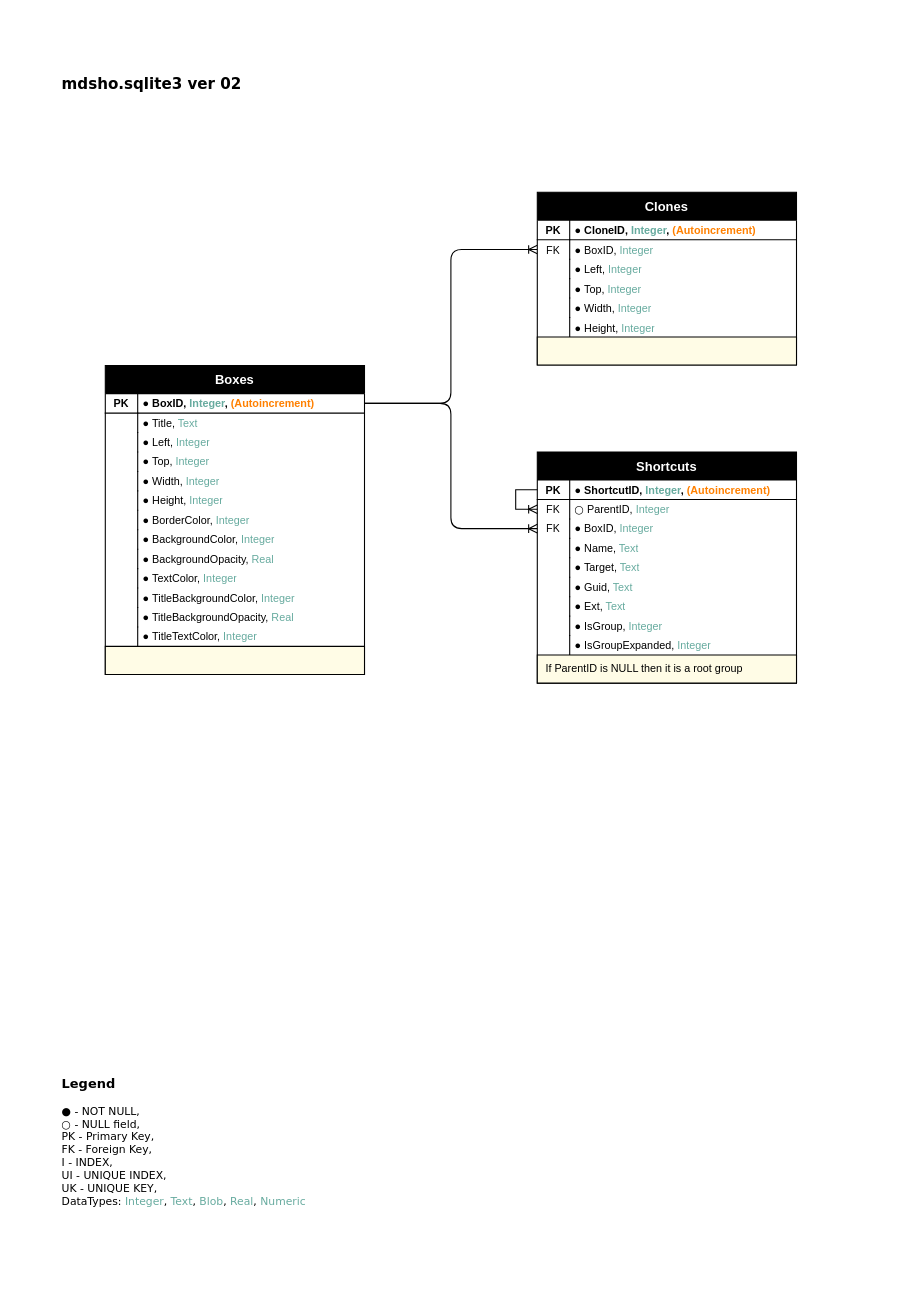
Earlier version of the draw.io diagram Database/mdsho.sqlite3.drawio (ervingegprifti/MDSHO_FREE). Source tidied: cells renumbered, new cells numbered last; positions are measured from the earlier drawing's top-left corner, leaving out a move shared by most shapes. Both pictures are drawn from the tidied source at 108%, with x=0, y=0 at pixel (18, 18).
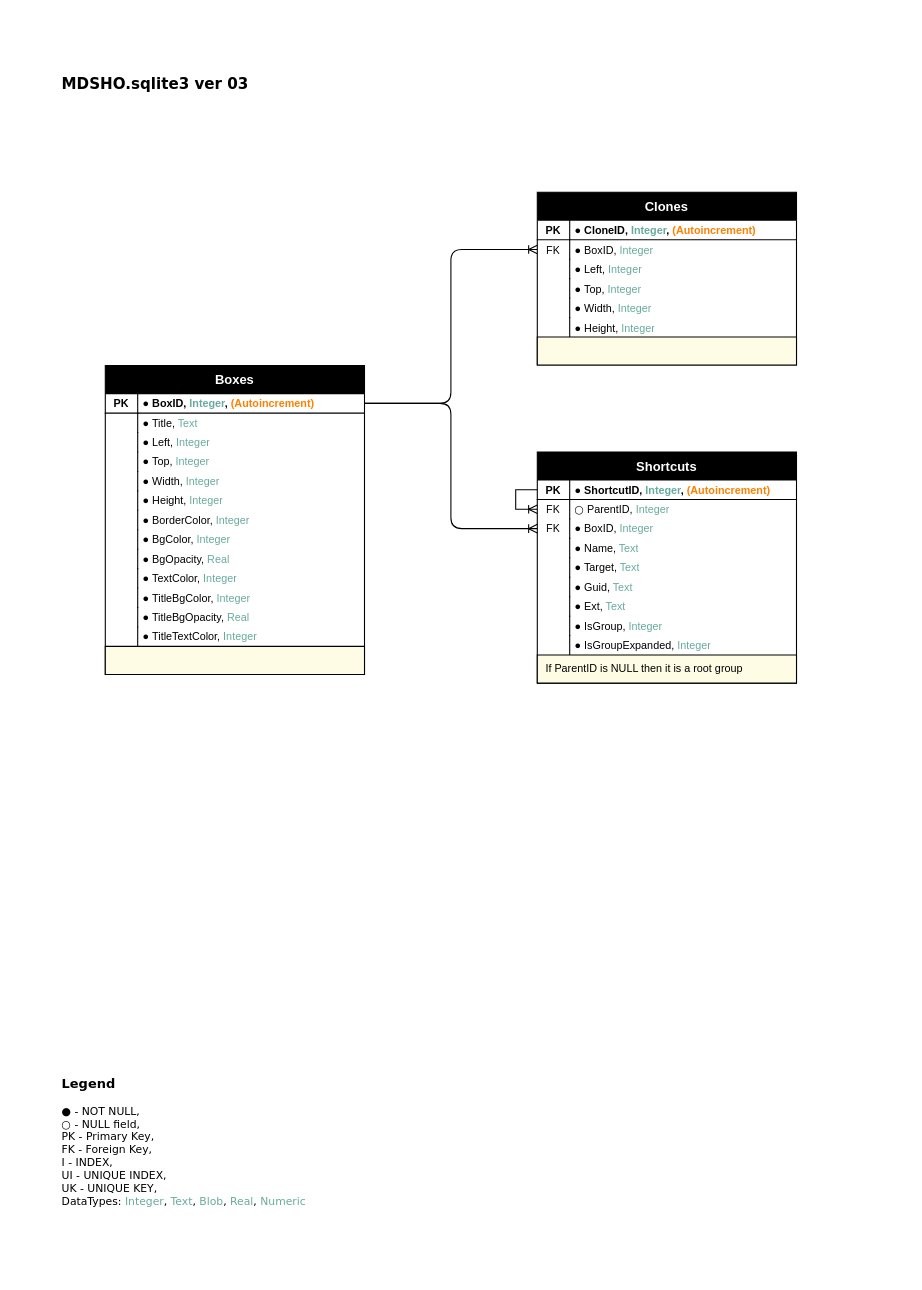
Above is the later version.

The change refers to these unchanged cells:
```xml
<mxCell id="5" value="Boxes" style="swimlane;fontStyle=1;horizontal=1;startSize=26;fillColor=#000000;swimlaneFillColor=#ffffff;align=center;fontSize=12;rounded=0;shadow=0;strokeColor=#000000;fontColor=#FFFFFF;glass=0;comic=0;spacing=0;fontFamily=Helvetica;" parent="1" vertex="1">
  <mxGeometry x="80" y="321" width="240" height="286" as="geometry" />
</mxCell>
```

What changed in the source:
```diff
@@
-    <mxCell id="2" value="&lt;div style=&quot;text-align: left ; font-size: 14px&quot;&gt;&lt;span style=&quot;font-size: 14px&quot;&gt;mdsho.sqlite3 ver 02&lt;/span&gt;&lt;/div&gt;" style="text;strokeColor=none;fillColor=none;spacing=0;spacingTop=0;overflow=hidden;rounded=0;shadow=0;glass=0;comic=0;startSize=26;fontFamily=Verdana;fontSize=14;fontColor=#000000;verticalAlign=middle;html=1;fontStyle=1;spacingLeft=40;labelPosition=center;verticalLabelPosition=middle;align=left;" parent="1" vertex="1">
+    <mxCell id="2" value="&lt;div style=&quot;text-align: left ; font-size: 14px&quot;&gt;&lt;span style=&quot;font-size: 14px&quot;&gt;MDSHO.sqlite3 ver 03&lt;/span&gt;&lt;/div&gt;" style="text;strokeColor=none;fillColor=none;spacing=0;spacingTop=0;overflow=hidden;rounded=0;shadow=0;glass=0;comic=0;startSize=26;fontFamily=Verdana;fontSize=14;fontColor=#000000;verticalAlign=middle;html=1;fontStyle=1;spacingLeft=40;labelPosition=center;verticalLabelPosition=middle;align=left;" parent="1" vertex="1">
       <mxGeometry width="820" height="120" as="geometry" />
     </mxCell>
@@
-    <mxCell id="20" value="&lt;span&gt;●&lt;/span&gt;&amp;nbsp;BackgroundColor, &lt;font color=&quot;#67ab9f&quot;&gt;Integer&lt;/font&gt;" style="shape=partialRectangle;top=0;left=0;right=0;bottom=0;align=left;verticalAlign=middle;fillColor=none;spacingLeft=35;spacingRight=0;overflow=hidden;fontSize=10;spacing=0;spacingTop=0;html=1;fontFamily=Helvetica;whiteSpace=wrap;fontColor=#000000;" parent="5" vertex="1">
+    <mxCell id="20" value="&lt;span&gt;●&lt;/span&gt;&amp;nbsp;BgColor, &lt;font color=&quot;#67ab9f&quot;&gt;Integer&lt;/font&gt;" style="shape=partialRectangle;top=0;left=0;right=0;bottom=0;align=left;verticalAlign=middle;fillColor=none;spacingLeft=35;spacingRight=0;overflow=hidden;fontSize=10;spacing=0;spacingTop=0;html=1;fontFamily=Helvetica;whiteSpace=wrap;fontColor=#000000;" parent="5" vertex="1">
       <mxGeometry y="152" width="240" height="18" as="geometry" />
     </mxCell>
@@
-    <mxCell id="22" value="&lt;span&gt;●&lt;/span&gt;&amp;nbsp;BackgroundOpacity, &lt;font color=&quot;#67ab9f&quot;&gt;Real&lt;/font&gt;" style="shape=partialRectangle;top=0;left=0;right=0;bottom=0;align=left;verticalAlign=middle;fillColor=none;spacingLeft=35;spacingRight=0;overflow=hidden;fontSize=10;spacing=0;spacingTop=0;html=1;fontFamily=Helvetica;whiteSpace=wrap;fontColor=#000000;" parent="5" vertex="1">
+    <mxCell id="22" value="&lt;span&gt;●&lt;/span&gt;&amp;nbsp;BgOpacity, &lt;font color=&quot;#67ab9f&quot;&gt;Real&lt;/font&gt;" style="shape=partialRectangle;top=0;left=0;right=0;bottom=0;align=left;verticalAlign=middle;fillColor=none;spacingLeft=35;spacingRight=0;overflow=hidden;fontSize=10;spacing=0;spacingTop=0;html=1;fontFamily=Helvetica;whiteSpace=wrap;fontColor=#000000;" parent="5" vertex="1">
       <mxGeometry y="170" width="240" height="18" as="geometry" />
     </mxCell>
@@
-    <mxCell id="26" value="&lt;span&gt;●&lt;/span&gt;&amp;nbsp;TitleBackgroundColor, &lt;font color=&quot;#67ab9f&quot;&gt;Integer&lt;/font&gt;&lt;br&gt;" style="shape=partialRectangle;top=0;left=0;right=0;bottom=0;align=left;verticalAlign=middle;fillColor=none;spacingLeft=35;spacingRight=0;overflow=hidden;fontSize=10;spacing=0;spacingTop=0;html=1;fontFamily=Helvetica;whiteSpace=wrap;fontColor=#000000;" parent="5" vertex="1">
+    <mxCell id="26" value="&lt;span&gt;●&lt;/span&gt;&amp;nbsp;TitleBgColor, &lt;font color=&quot;#67ab9f&quot;&gt;Integer&lt;/font&gt;" style="shape=partialRectangle;top=0;left=0;right=0;bottom=0;align=left;verticalAlign=middle;fillColor=none;spacingLeft=35;spacingRight=0;overflow=hidden;fontSize=10;spacing=0;spacingTop=0;html=1;fontFamily=Helvetica;whiteSpace=wrap;fontColor=#000000;" parent="5" vertex="1">
       <mxGeometry y="206" width="240" height="18" as="geometry" />
     </mxCell>
@@
-    <mxCell id="28" value="● TitleBackgroundOpacity, &lt;font color=&quot;#67ab9f&quot;&gt;Real&lt;/font&gt;&lt;br&gt;" style="shape=partialRectangle;top=0;left=0;right=0;bottom=0;align=left;verticalAlign=middle;fillColor=none;spacingLeft=35;spacingRight=0;overflow=hidden;fontSize=10;spacing=0;spacingTop=0;html=1;fontFamily=Helvetica;whiteSpace=wrap;fontColor=#000000;" parent="5" vertex="1">
+    <mxCell id="28" value="● TitleBgOpacity, &lt;font color=&quot;#67ab9f&quot;&gt;Real&lt;/font&gt;" style="shape=partialRectangle;top=0;left=0;right=0;bottom=0;align=left;verticalAlign=middle;fillColor=none;spacingLeft=35;spacingRight=0;overflow=hidden;fontSize=10;spacing=0;spacingTop=0;html=1;fontFamily=Helvetica;whiteSpace=wrap;fontColor=#000000;" parent="5" vertex="1">
       <mxGeometry y="224" width="240" height="18" as="geometry" />
     </mxCell>
```
